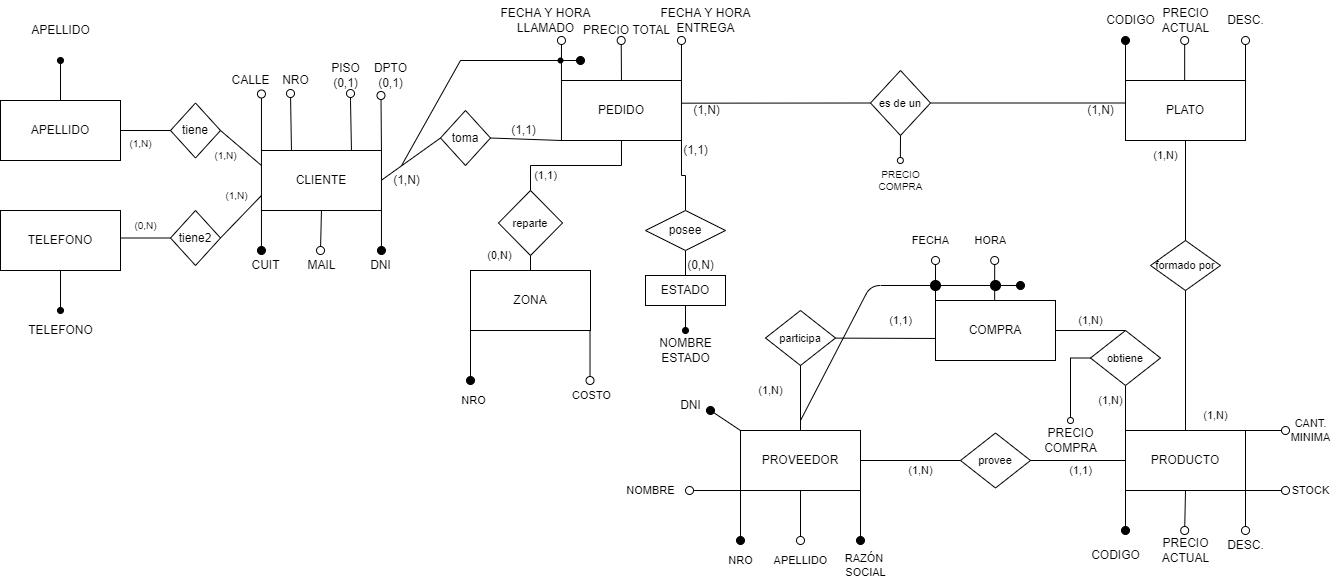
This is PRACTICA 2/Parte1/Ejercicio4/Ejercicio4-logico.png from agusrnfr/DBD, a draw.io export, as it was before one commit. Source tidied: cells renumbered, new cells last; positions are measured from the earlier drawing's top-left corner, leaving out a move shared by most shapes.
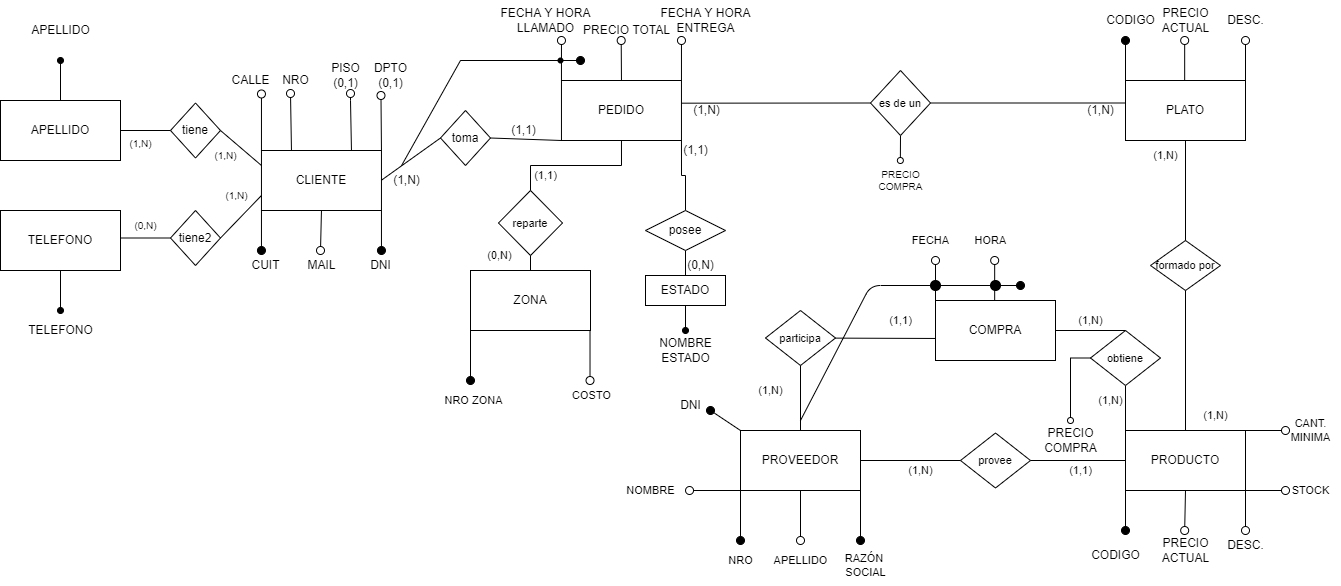
After the commit.

What changed in the source:
```diff
@@ -376,8 +376,8 @@
         <mxPoint x="589.5" y="380" as="targetPoint" />
       </mxGeometry>
     </mxCell>
-    <mxCell id="102" value="NRO" style="text;html=1;align=center;verticalAlign=middle;strokeColor=none;fillColor=none;fontSize=11;" parent="1" vertex="1">
-      <mxGeometry x="448" y="385" width="50" height="30" as="geometry" />
+    <mxCell id="102" value="NRO ZONA" style="text;html=1;align=center;verticalAlign=middle;strokeColor=none;fillColor=none;fontSize=11;" parent="1" vertex="1">
+      <mxGeometry x="433" y="385" width="80" height="30" as="geometry" />
     </mxCell>
     <mxCell id="103" value="COSTO" style="text;html=1;align=center;verticalAlign=middle;strokeColor=none;fillColor=none;fontSize=11;" parent="1" vertex="1">
       <mxGeometry x="561" y="380" width="60" height="30" as="geometry" />
```
